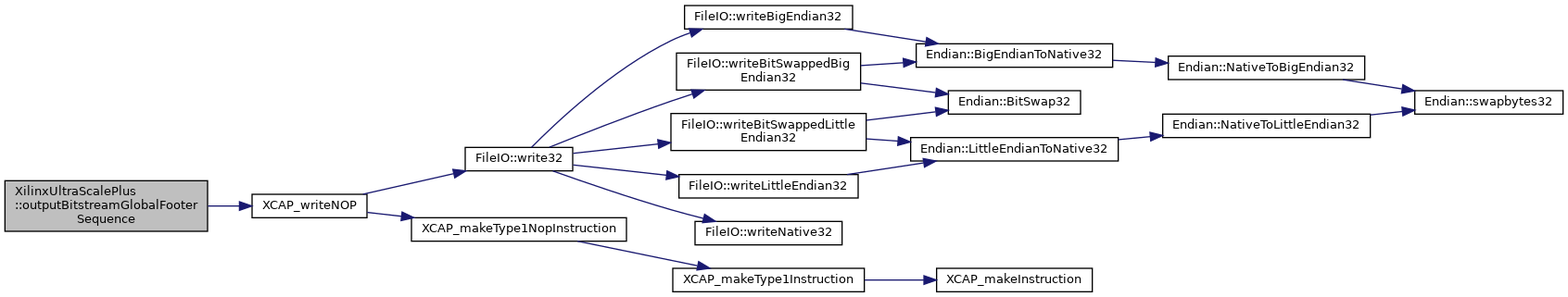
Above: classXilinxUltraScalePlus_a219189a6c875c2100bba5a9f084084d7_cgraph.png in FPGA-Research-Manchester/byteman (Graphviz), before the change. Its source is kept beside it as classXilinxUltraScalePlus_a219189a6c875c2100bba5a9f084084d7_cgraph.dot. The source it was exported from:
```dot
digraph "XilinxUltraScalePlus::outputBitstreamGlobalFooterSequence"
{
  edge [fontname="Helvetica",fontsize="10",labelfontname="Helvetica",labelfontsize="10"];
  node [fontname="Helvetica",fontsize="10",shape=record];
  rankdir="LR";
  Node1 [label="XilinxUltraScalePlus\l::outputBitstreamGlobalFooter\lSequence",height=0.2,width=0.4,color="black", fillcolor="grey75", style="filled", fontcolor="black",tooltip=" "];
  Node1 -> Node2 [color="midnightblue",fontsize="10",style="solid",fontname="Helvetica"];
  Node2 [label="XCAP_writeNOP",height=0.2,width=0.4,color="black", fillcolor="white", style="filled",URL="$XCAP__inline__CAP_8h.html#acc8717a0d78a08bd44e2ce66ac286a9d",tooltip="Generate the encoding for NOP instructions and write them to file ofstream."];
  Node2 -> Node3 [color="midnightblue",fontsize="10",style="solid",fontname="Helvetica"];
  Node3 [label="FileIO::write32",height=0.2,width=0.4,color="black", fillcolor="white", style="filled",URL="$namespaceFileIO.html#a0bbdf3656f5e5f6a4e82e06a27bc5233",tooltip=" "];
  Node3 -> Node4 [color="midnightblue",fontsize="10",style="solid",fontname="Helvetica"];
  Node4 [label="FileIO::writeBigEndian32",height=0.2,width=0.4,color="black", fillcolor="white", style="filled",URL="$namespaceFileIO.html#a0b69d50fa3cb892a02baca2296f1c54d",tooltip=" "];
  Node4 -> Node5 [color="midnightblue",fontsize="10",style="solid",fontname="Helvetica"];
  Node5 [label="Endian::BigEndianToNative32",height=0.2,width=0.4,color="black", fillcolor="white", style="filled",URL="$namespaceEndian.html#a6a54530860ad8ec19facaaa26ae9a6ae",tooltip=" "];
  Node5 -> Node6 [color="midnightblue",fontsize="10",style="solid",fontname="Helvetica"];
  Node6 [label="Endian::NativeToBigEndian32",height=0.2,width=0.4,color="black", fillcolor="white", style="filled",URL="$namespaceEndian.html#a7cd80b2cb2ed674196a68549c8489f88",tooltip=" "];
  Node6 -> Node7 [color="midnightblue",fontsize="10",style="solid",fontname="Helvetica"];
  Node7 [label="Endian::swapbytes32",height=0.2,width=0.4,color="black", fillcolor="white", style="filled",URL="$namespaceEndian.html#a7c0178c39449483c29a1a305d0a73606",tooltip=" "];
  Node3 -> Node8 [color="midnightblue",fontsize="10",style="solid",fontname="Helvetica"];
  Node8 [label="FileIO::writeBitSwappedBig\lEndian32",height=0.2,width=0.4,color="black", fillcolor="white", style="filled",URL="$namespaceFileIO.html#af08039fd5e011e286b216b67140959ea",tooltip=" "];
  Node8 -> Node5 [color="midnightblue",fontsize="10",style="solid",fontname="Helvetica"];
  Node8 -> Node9 [color="midnightblue",fontsize="10",style="solid",fontname="Helvetica"];
  Node9 [label="Endian::BitSwap32",height=0.2,width=0.4,color="black", fillcolor="white", style="filled",URL="$namespaceEndian.html#abaf85e5d8d9641e35ffb4a5bcfc37f84",tooltip=" "];
  Node3 -> Node10 [color="midnightblue",fontsize="10",style="solid",fontname="Helvetica"];
  Node10 [label="FileIO::writeBitSwappedLittle\lEndian32",height=0.2,width=0.4,color="black", fillcolor="white", style="filled",URL="$namespaceFileIO.html#a60d14999a525e60b548765722c0cc49a",tooltip=" "];
  Node10 -> Node9 [color="midnightblue",fontsize="10",style="solid",fontname="Helvetica"];
  Node10 -> Node11 [color="midnightblue",fontsize="10",style="solid",fontname="Helvetica"];
  Node11 [label="Endian::LittleEndianToNative32",height=0.2,width=0.4,color="black", fillcolor="white", style="filled",URL="$namespaceEndian.html#aabd838029ed523d5280997f4ca10f859",tooltip=" "];
  Node11 -> Node12 [color="midnightblue",fontsize="10",style="solid",fontname="Helvetica"];
  Node12 [label="Endian::NativeToLittleEndian32",height=0.2,width=0.4,color="black", fillcolor="white", style="filled",URL="$namespaceEndian.html#a4ef36a4fee2f667cf8ac3f67017716bb",tooltip=" "];
  Node12 -> Node7 [color="midnightblue",fontsize="10",style="solid",fontname="Helvetica"];
  Node3 -> Node13 [color="midnightblue",fontsize="10",style="solid",fontname="Helvetica"];
  Node13 [label="FileIO::writeLittleEndian32",height=0.2,width=0.4,color="black", fillcolor="white", style="filled",URL="$namespaceFileIO.html#aaf3a57cefdd3a674741d9447c5fcf2a2",tooltip=" "];
  Node13 -> Node11 [color="midnightblue",fontsize="10",style="solid",fontname="Helvetica"];
  Node3 -> Node14 [color="midnightblue",fontsize="10",style="solid",fontname="Helvetica"];
  Node14 [label="FileIO::writeNative32",height=0.2,width=0.4,color="black", fillcolor="white", style="filled",URL="$namespaceFileIO.html#a8c0dbfd2ab8a248ca642203dc84bd2a4",tooltip=" "];
  Node2 -> Node15 [color="midnightblue",fontsize="10",style="solid",fontname="Helvetica"];
  Node15 [label="XCAP_makeType1NopInstruction",height=0.2,width=0.4,color="black", fillcolor="white", style="filled",URL="$XCAP__inline__CAP_8h.html#ac33f0f1521b4c8c44f9911c6183356c6",tooltip="Generate and return the encoding for a type 1 NOP instruction."];
  Node15 -> Node16 [color="midnightblue",fontsize="10",style="solid",fontname="Helvetica"];
  Node16 [label="XCAP_makeType1Instruction",height=0.2,width=0.4,color="black", fillcolor="white", style="filled",URL="$XCAP__inline__CAP_8h.html#a38ef532cbf6d0e27012dc985536ab51b",tooltip="Generate and return the encoding for a type 1 instruction."];
  Node16 -> Node17 [color="midnightblue",fontsize="10",style="solid",fontname="Helvetica"];
  Node17 [label="XCAP_makeInstruction",height=0.2,width=0.4,color="black", fillcolor="white", style="filled",URL="$XCAP__inline__CAP_8h.html#a5c0b68a6d44004c84affd1a63bff5035",tooltip="Generate and return the encoding for an instruction."];
}
```
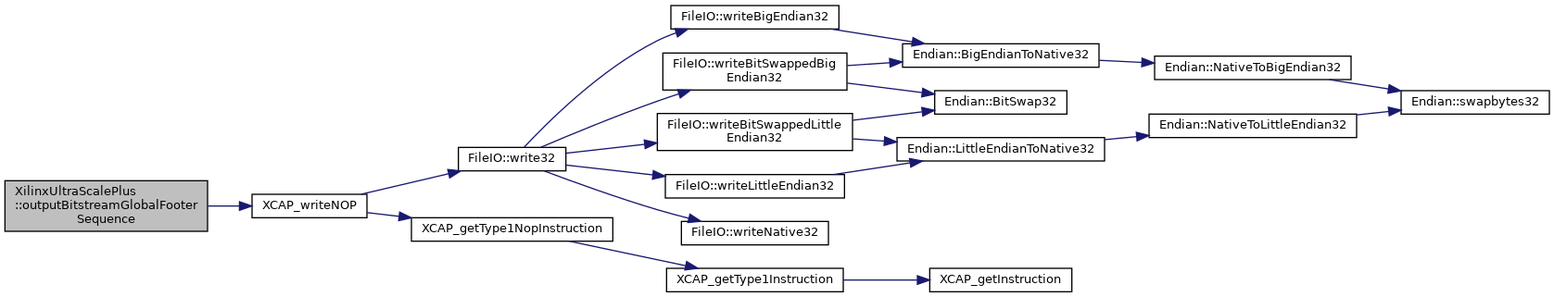
Above is the later version.

Change to the diagram source:
```diff
@@ -5,7 +5,7 @@
   rankdir="LR";
   Node1 [label="XilinxUltraScalePlus\l::outputBitstreamGlobalFooter\lSequence",height=0.2,width=0.4,color="black", fillcolor="grey75", style="filled", fontcolor="black",tooltip=" "];
   Node1 -> Node2 [color="midnightblue",fontsize="10",style="solid",fontname="Helvetica"];
-  Node2 [label="XCAP_writeNOP",height=0.2,width=0.4,color="black", fillcolor="white", style="filled",URL="$XCAP__inline__CAP_8h.html#acc8717a0d78a08bd44e2ce66ac286a9d",tooltip="Generate the encoding for NOP instructions and write them to file ofstream."];
+  Node2 [label="XCAP_writeNOP",height=0.2,width=0.4,color="black", fillcolor="white", style="filled",URL="$inlineCAP_8h.html#acc8717a0d78a08bd44e2ce66ac286a9d",tooltip="Generate the encoding for NOP instructions and write them to file ofstream."];
   Node2 -> Node3 [color="midnightblue",fontsize="10",style="solid",fontname="Helvetica"];
   Node3 [label="FileIO::write32",height=0.2,width=0.4,color="black", fillcolor="white", style="filled",URL="$namespaceFileIO.html#a0bbdf3656f5e5f6a4e82e06a27bc5233",tooltip=" "];
   Node3 -> Node4 [color="midnightblue",fontsize="10",style="solid",fontname="Helvetica"];
@@ -35,9 +35,9 @@
   Node3 -> Node14 [color="midnightblue",fontsize="10",style="solid",fontname="Helvetica"];
   Node14 [label="FileIO::writeNative32",height=0.2,width=0.4,color="black", fillcolor="white", style="filled",URL="$namespaceFileIO.html#a8c0dbfd2ab8a248ca642203dc84bd2a4",tooltip=" "];
   Node2 -> Node15 [color="midnightblue",fontsize="10",style="solid",fontname="Helvetica"];
-  Node15 [label="XCAP_makeType1NopInstruction",height=0.2,width=0.4,color="black", fillcolor="white", style="filled",URL="$XCAP__inline__CAP_8h.html#ac33f0f1521b4c8c44f9911c6183356c6",tooltip="Generate and return the encoding for a type 1 NOP instruction."];
+  Node15 [label="XCAP_getType1NopInstruction",height=0.2,width=0.4,color="black", fillcolor="white", style="filled",URL="$inlineCAP_8h.html#a5bfb2a4fd7d8f935b40ca366b76e06ab",tooltip="Generate and return the encoding for a type 1 NOP instruction."];
   Node15 -> Node16 [color="midnightblue",fontsize="10",style="solid",fontname="Helvetica"];
-  Node16 [label="XCAP_makeType1Instruction",height=0.2,width=0.4,color="black", fillcolor="white", style="filled",URL="$XCAP__inline__CAP_8h.html#a38ef532cbf6d0e27012dc985536ab51b",tooltip="Generate and return the encoding for a type 1 instruction."];
+  Node16 [label="XCAP_getType1Instruction",height=0.2,width=0.4,color="black", fillcolor="white", style="filled",URL="$inlineCAP_8h.html#aade38843ee9dfed5d286172b6b37b638",tooltip="Generate and return the encoding for a type 1 instruction."];
   Node16 -> Node17 [color="midnightblue",fontsize="10",style="solid",fontname="Helvetica"];
-  Node17 [label="XCAP_makeInstruction",height=0.2,width=0.4,color="black", fillcolor="white", style="filled",URL="$XCAP__inline__CAP_8h.html#a5c0b68a6d44004c84affd1a63bff5035",tooltip="Generate and return the encoding for an instruction."];
+  Node17 [label="XCAP_getInstruction",height=0.2,width=0.4,color="black", fillcolor="white", style="filled",URL="$inlineCAP_8h.html#af67277d07acf4e5907420ff2bc75ecd1",tooltip="Generate and return the encoding for an instruction."];
 }
```
